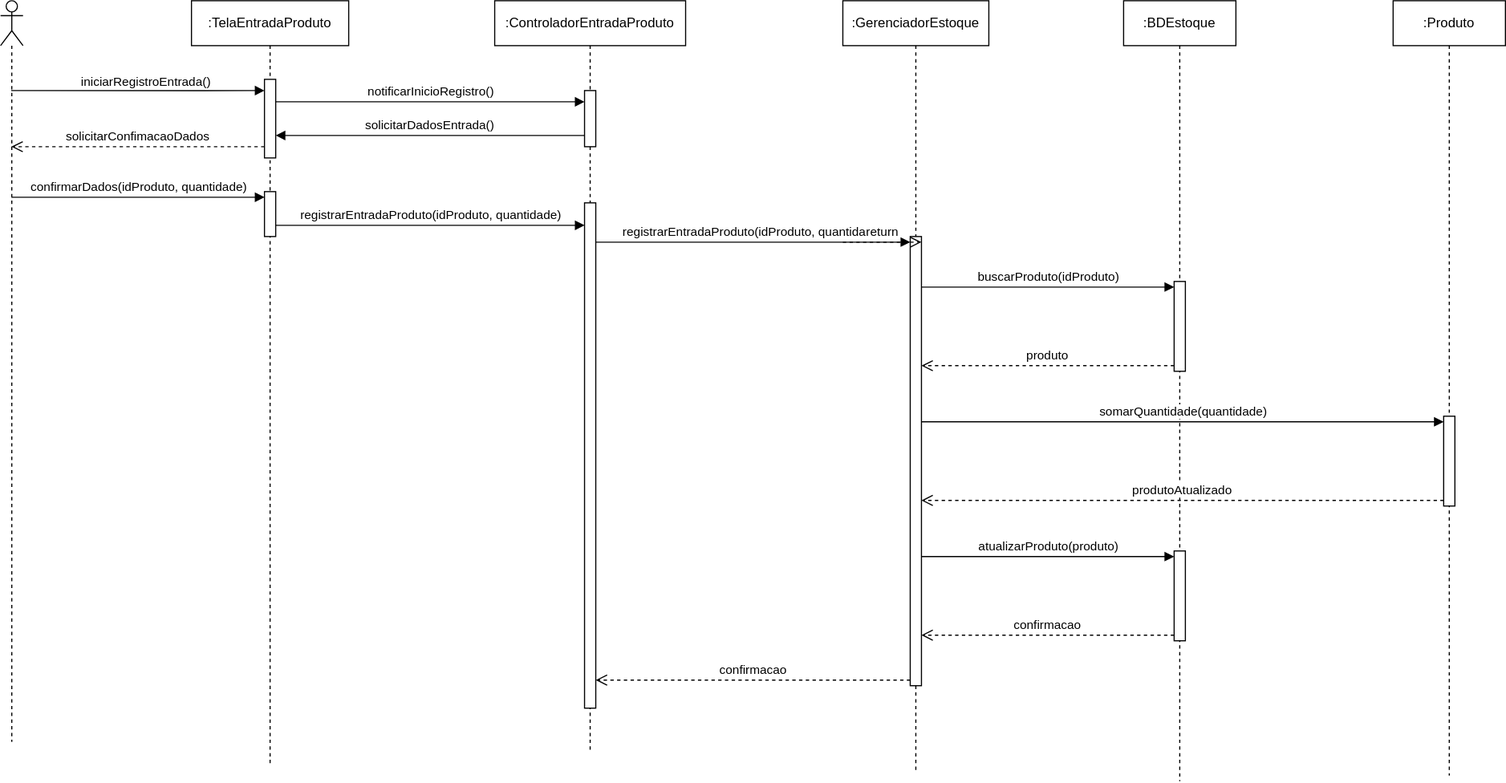
This is DiagramaSequenciaFinalCorrigido.drawio.svg from Luca-Saboia/Desenvolvimento-de-Sistemas-II, a draw.io export, as it was before one commit. Source tidied: cells renumbered, new cells last; positions are measured from the earlier drawing's top-left corner, leaving out a move shared by most shapes.
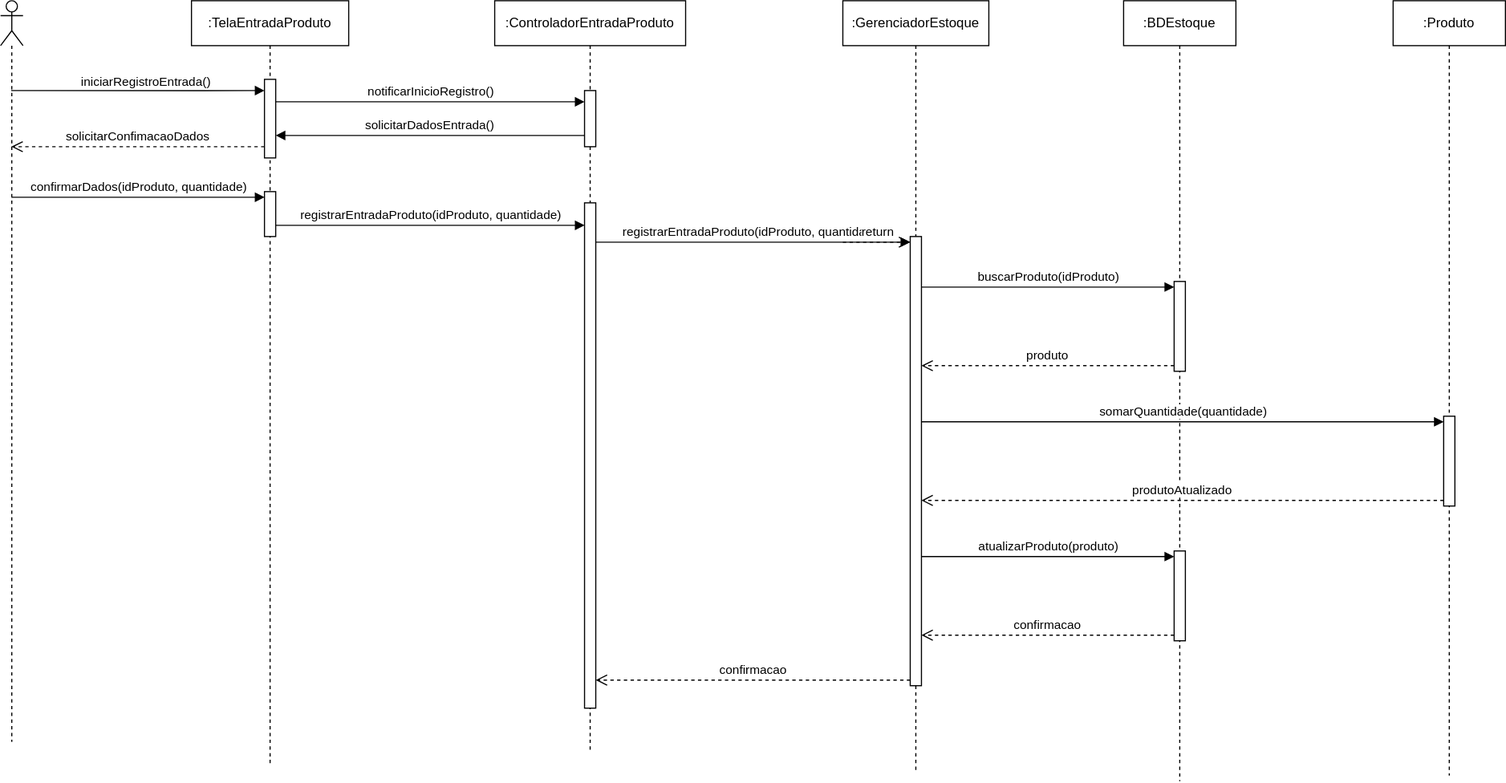
After the commit.

The edit, as a diff of the source:
```diff
@@ -94,10 +94,9 @@
         <mxPoint x="245" y="120" as="targetPoint" />
       </mxGeometry>
     </mxCell>
-    <mxCell id="28" value="return" style="html=1;verticalAlign=bottom;endArrow=open;dashed=1;endSize=8;curved=0;rounded=0;exitX=1;exitY=1;exitDx=0;exitDy=-5;" parent="1" edge="1">
+    <mxCell id="28" value="return" style="html=1;verticalAlign=bottom;endArrow=open;dashed=1;endSize=8;curved=0;rounded=0;exitX=1;exitY=1;exitDx=0;exitDy=-5;" parent="1" edge="1" target="18">
       <mxGeometry relative="1" as="geometry">
         <mxPoint x="750" y="215" as="sourcePoint" />
-        <mxPoint x="820" y="215" as="targetPoint" />
       </mxGeometry>
     </mxCell>
     <mxCell id="29" value="confirmarDados(idProduto, quantidade)" style="html=1;verticalAlign=bottom;endArrow=block;curved=0;rounded=0;" parent="1" edge="1">
```
